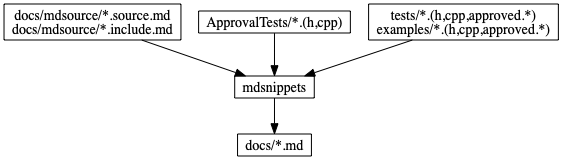
Earlier version of the Graphviz export doc/images/mdsnippets_flow.png (approvals/ApprovalTests.cpp). Its source is kept beside it as doc/images/source/mdsnippets_flow.dot.
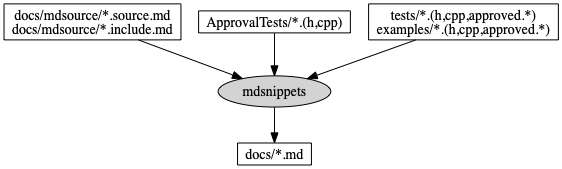
Later version of the same file.

Diff of the diagram source:
```diff
@@ -3,7 +3,7 @@
     node [fontsize = 14, shape = box, height = 0.25]
     edge [fontsize = 14]
 
-    "mdsnippets"
+    "mdsnippets" [shape = oval, fillcolor = lightgray, style = filled]
 
     "docs_mdsource_md" [label = "docs/mdsource/*.source.md\ndocs/mdsource/*.include.md"]
     "docs_mdsource_md" -> "mdsnippets"
```
